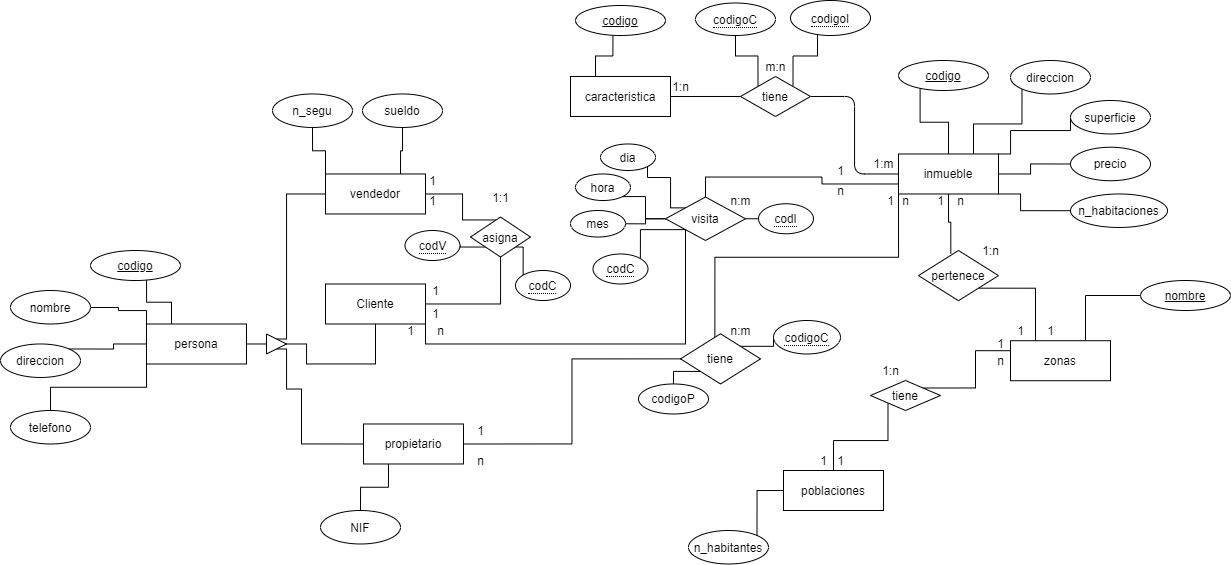
Above: Parcial.png in Oscar915/Parcial (draw.io), before the change. Source tidied: cells renumbered, new cells last; positions are measured from the earlier drawing's top-left corner, leaving out a move shared by most shapes.
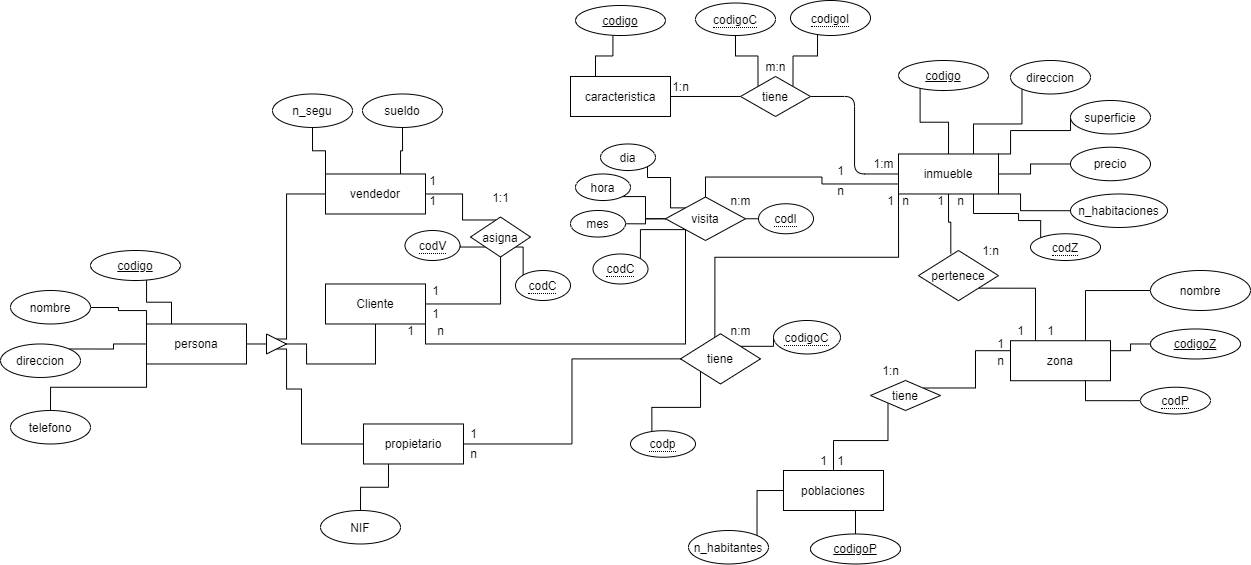
Above is the later version.

Diff of the diagram source:
```diff
@@ -45,6 +45,16 @@
     <mxCell id="10" style="edgeStyle=orthogonalEdgeStyle;rounded=0;jettySize=auto;html=1;exitX=0;exitY=0.75;exitDx=0;exitDy=0;entryX=0.5;entryY=0;entryDx=0;entryDy=0;endArrow=none;endFill=0;" parent="1" edge="1" source="11" target="100">
       <mxGeometry relative="1" as="geometry" />
     </mxCell>
+    <mxCell id="113" style="edgeStyle=orthogonalEdgeStyle;rounded=0;jettySize=auto;html=1;exitX=0.75;exitY=1;exitDx=0;exitDy=0;entryX=0;entryY=0;entryDx=0;entryDy=0;endArrow=none;endFill=0;" parent="1" edge="1" source="11" target="119">
+      <mxGeometry relative="1" as="geometry">
+        <Array as="points">
+          <mxPoint x="973" y="213" />
+          <mxPoint x="1018" y="213" />
+          <mxPoint x="1018" y="220" />
+          <mxPoint x="1040" y="220" />
+        </Array>
+      </mxGeometry>
+    </mxCell>
     <mxCell id="11" value="inmueble&lt;br&gt;" style="whiteSpace=wrap;html=1;align=center;" parent="1" vertex="1">
       <mxGeometry x="898" y="153.5" width="100" height="40" as="geometry" />
     </mxCell>
@@ -54,6 +64,9 @@
     <mxCell id="13" style="edgeStyle=orthogonalEdgeStyle;rounded=0;jettySize=auto;html=1;exitX=0.5;exitY=0;exitDx=0;exitDy=0;entryX=0;entryY=1;entryDx=0;entryDy=0;endArrow=none;endFill=0;" parent="1" edge="1" source="14" target="67">
       <mxGeometry relative="1" as="geometry" />
     </mxCell>
+    <mxCell id="114" style="edgeStyle=orthogonalEdgeStyle;rounded=0;jettySize=auto;html=1;exitX=0.5;exitY=1;exitDx=0;exitDy=0;entryX=0.5;entryY=0;entryDx=0;entryDy=0;endArrow=none;endFill=0;" parent="1" edge="1" source="14" target="93">
+      <mxGeometry relative="1" as="geometry" />
+    </mxCell>
     <mxCell id="14" value="poblaciones" style="whiteSpace=wrap;html=1;align=center;" parent="1" vertex="1">
       <mxGeometry x="783" y="470" width="100" height="40" as="geometry" />
     </mxCell>
@@ -63,7 +76,13 @@
     <mxCell id="16" style="edgeStyle=orthogonalEdgeStyle;rounded=0;jettySize=auto;html=1;exitX=0;exitY=0.25;exitDx=0;exitDy=0;entryX=1;entryY=0;entryDx=0;entryDy=0;endArrow=none;endFill=0;" parent="1" edge="1" source="17" target="67">
       <mxGeometry relative="1" as="geometry" />
     </mxCell>
+    <mxCell id="115" style="edgeStyle=orthogonalEdgeStyle;rounded=0;jettySize=auto;html=1;exitX=1;exitY=0.25;exitDx=0;exitDy=0;entryX=0;entryY=0.5;entryDx=0;entryDy=0;endArrow=none;endFill=0;" parent="1" edge="1" source="17" target="118">
+      <mxGeometry relative="1" as="geometry" />
+    </mxCell>
+    <mxCell id="116" style="edgeStyle=orthogonalEdgeStyle;rounded=0;jettySize=auto;html=1;exitX=0.75;exitY=1;exitDx=0;exitDy=0;entryX=0;entryY=0.5;entryDx=0;entryDy=0;endArrow=none;endFill=0;" parent="1" edge="1" source="17" target="120">
+      <mxGeometry relative="1" as="geometry" />
+    </mxCell>
-    <mxCell id="17" value="zonas" style="whiteSpace=wrap;html=1;align=center;" parent="1" vertex="1">
+    <mxCell id="17" value="zona" style="whiteSpace=wrap;html=1;align=center;" parent="1" vertex="1">
       <mxGeometry x="1010" y="340.2" width="100" height="40" as="geometry" />
     </mxCell>
     <mxCell id="18" style="edgeStyle=orthogonalEdgeStyle;rounded=0;jettySize=auto;html=1;exitX=0.25;exitY=0;exitDx=0;exitDy=0;entryX=0.623;entryY=0.967;entryDx=0;entryDy=0;entryPerimeter=0;endArrow=none;endFill=0;" parent="1" edge="1" source="22" target="51">
@@ -135,9 +154,6 @@
     <mxCell id="36" value="nombre" style="ellipse;whiteSpace=wrap;html=1;align=center;" parent="1" vertex="1">
       <mxGeometry x="10" y="290" width="80" height="33.5" as="geometry" />
     </mxCell>
-    <mxCell id="37" value="nombre" style="ellipse;whiteSpace=wrap;html=1;align=center;fontStyle=4;" parent="1" vertex="1">
-      <mxGeometry x="1140" y="280" width="90" height="30" as="geometry" />
-    </mxCell>
     <mxCell id="38" style="edgeStyle=orthogonalEdgeStyle;rounded=0;jettySize=auto;html=1;exitX=0;exitY=0;exitDx=0;exitDy=0;entryX=0.5;entryY=1;entryDx=0;entryDy=0;endArrow=none;endFill=0;" parent="1" edge="1" source="40" target="53">
       <mxGeometry relative="1" as="geometry" />
     </mxCell>
@@ -281,20 +297,20 @@
     <mxCell id="79" value="1:n" style="text;html=1;align=center;verticalAlign=middle;" parent="1" vertex="1">
       <mxGeometry x="975" y="240" width="30" height="20" as="geometry" />
     </mxCell>
-    <mxCell id="80" style="edgeStyle=orthogonalEdgeStyle;rounded=0;jettySize=auto;html=1;exitX=0;exitY=1;exitDx=0;exitDy=0;entryX=0.5;entryY=0;entryDx=0;entryDy=0;endArrow=none;endFill=0;" parent="1" edge="1" source="82" target="93">
-      <mxGeometry relative="1" as="geometry" />
-    </mxCell>
     <mxCell id="81" style="edgeStyle=orthogonalEdgeStyle;rounded=0;jettySize=auto;html=1;exitX=1;exitY=0;exitDx=0;exitDy=0;entryX=0;entryY=0.5;entryDx=0;entryDy=0;endArrow=none;endFill=0;" parent="1" edge="1" source="82" target="94">
       <mxGeometry relative="1" as="geometry" />
     </mxCell>
+    <mxCell id="117" style="edgeStyle=orthogonalEdgeStyle;rounded=0;jettySize=auto;html=1;exitX=0;exitY=1;exitDx=0;exitDy=0;entryX=0.329;entryY=0.049;entryDx=0;entryDy=0;entryPerimeter=0;endArrow=none;endFill=0;" parent="1" edge="1" source="82" target="121">
+      <mxGeometry relative="1" as="geometry" />
+    </mxCell>
     <mxCell id="82" value="tiene" style="shape=rhombus;perimeter=rhombusPerimeter;whiteSpace=wrap;html=1;align=center;" parent="1" vertex="1">
       <mxGeometry x="680" y="333.3" width="80" height="50.2" as="geometry" />
     </mxCell>
     <mxCell id="83" value="n" style="text;html=1;align=center;verticalAlign=middle;" parent="1" vertex="1">
-      <mxGeometry x="470" y="450" width="20" height="20" as="geometry" />
+      <mxGeometry x="463" y="443.5" width="20" height="20" as="geometry" />
     </mxCell>
     <mxCell id="84" value="1" style="text;html=1;align=center;verticalAlign=middle;" parent="1" vertex="1">
-      <mxGeometry x="470" y="420" width="20" height="20" as="geometry" />
+      <mxGeometry x="463" y="423.5" width="20" height="20" as="geometry" />
     </mxCell>
     <mxCell id="85" value="n:m" style="text;html=1;align=center;verticalAlign=middle;points=[];" parent="1" vertex="1">
       <mxGeometry x="720" y="320" width="40" height="20" as="geometry" />
@@ -320,9 +336,6 @@
     <mxCell id="92" value="1:1" style="text;html=1;align=center;verticalAlign=middle;" parent="1" vertex="1">
       <mxGeometry x="485" y="186.5" width="30" height="20" as="geometry" />
     </mxCell>
-    <mxCell id="93" value="codigoP" style="ellipse;whiteSpace=wrap;html=1;align=center;" parent="1" vertex="1">
-      <mxGeometry x="638" y="383.5" width="70" height="30" as="geometry" />
-    </mxCell>
     <mxCell id="94" value="&lt;span style=&quot;border-bottom: 1px dotted&quot;&gt;codigoC&lt;/span&gt;" style="ellipse;whiteSpace=wrap;html=1;align=center;" parent="1" vertex="1">
       <mxGeometry x="773" y="320" width="67" height="33.5" as="geometry" />
     </mxCell>
@@ -386,5 +399,23 @@
     <mxCell id="112" value="&lt;span style=&quot;border-bottom: 1px dotted&quot;&gt;codC&lt;/span&gt;" style="ellipse;whiteSpace=wrap;html=1;align=center;" parent="1" vertex="1">
       <mxGeometry x="515" y="270" width="55" height="30" as="geometry" />
     </mxCell>
+    <mxCell id="93" value="codigoP" style="ellipse;whiteSpace=wrap;html=1;align=center;fontStyle=4;" parent="1" vertex="1">
+      <mxGeometry x="810" y="533.5" width="90" height="30" as="geometry" />
+    </mxCell>
+    <mxCell id="118" value="codigoZ" style="ellipse;whiteSpace=wrap;html=1;align=center;fontStyle=4;" parent="1" vertex="1">
+      <mxGeometry x="1150" y="328.5" width="90" height="30" as="geometry" />
+    </mxCell>
+    <mxCell id="37" value="nombre" style="ellipse;whiteSpace=wrap;html=1;align=center;" parent="1" vertex="1">
+      <mxGeometry x="1150" y="270" width="100" height="40" as="geometry" />
+    </mxCell>
+    <mxCell id="119" value="&lt;span style=&quot;border-bottom: 1px dotted&quot;&gt;codZ&lt;/span&gt;" style="ellipse;whiteSpace=wrap;html=1;align=center;" parent="1" vertex="1">
+      <mxGeometry x="1030" y="233.3" width="70" height="26.7" as="geometry" />
+    </mxCell>
+    <mxCell id="120" value="&lt;span style=&quot;border-bottom: 1px dotted&quot;&gt;codP&lt;/span&gt;" style="ellipse;whiteSpace=wrap;html=1;align=center;" parent="1" vertex="1">
+      <mxGeometry x="1140" y="386.7" width="70" height="26.7" as="geometry" />
+    </mxCell>
+    <mxCell id="121" value="&lt;span style=&quot;border-bottom: 1px dotted&quot;&gt;codp&lt;/span&gt;" style="ellipse;whiteSpace=wrap;html=1;align=center;" parent="1" vertex="1">
+      <mxGeometry x="630" y="430.2" width="65" height="26.5" as="geometry" />
+    </mxCell>
   </root>
 </mxGraphModel>
```
